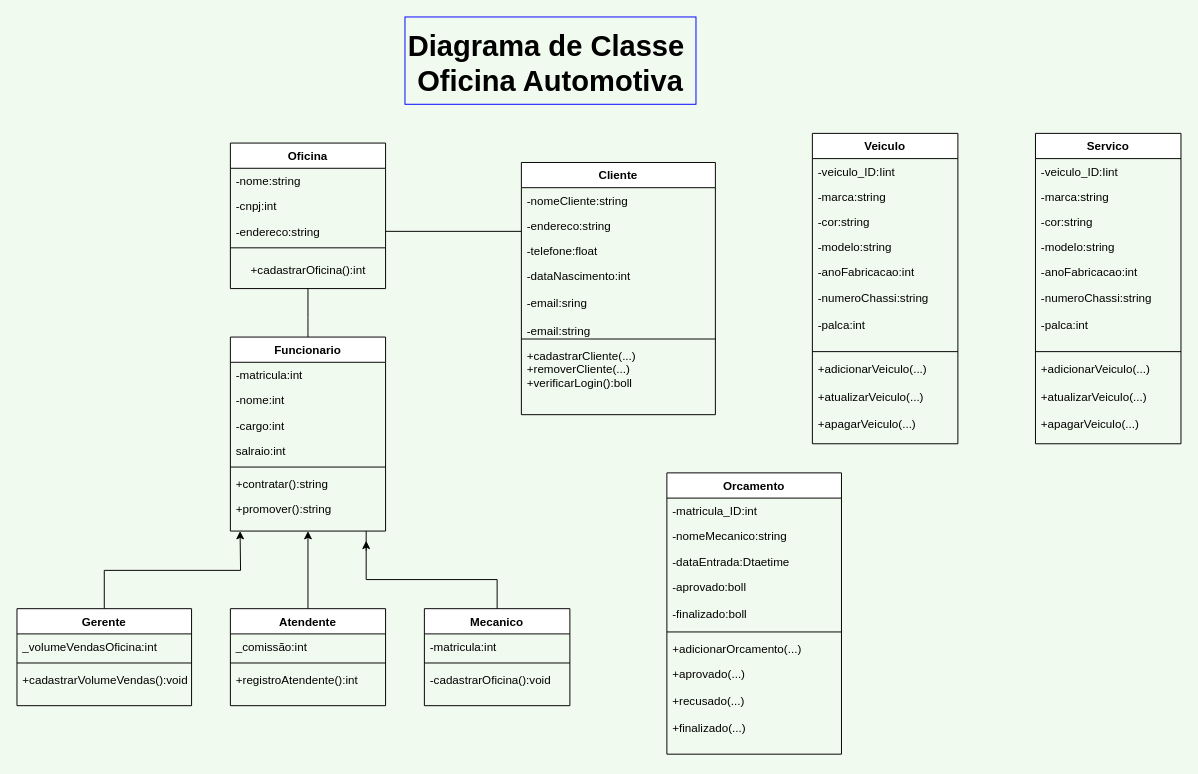
Jcblustosa/crm-auto keeps this draw.io diagram as diagrama CRM Automotivo.drawio. Above is the earlier version. Source tidied: cells renumbered, new cells numbered last; positions are measured from the earlier drawing's top-left corner, leaving out a move shared by most shapes. Both pictures are drawn from the tidied source at 97%, with x=0, y=0 at pixel (16, 16).
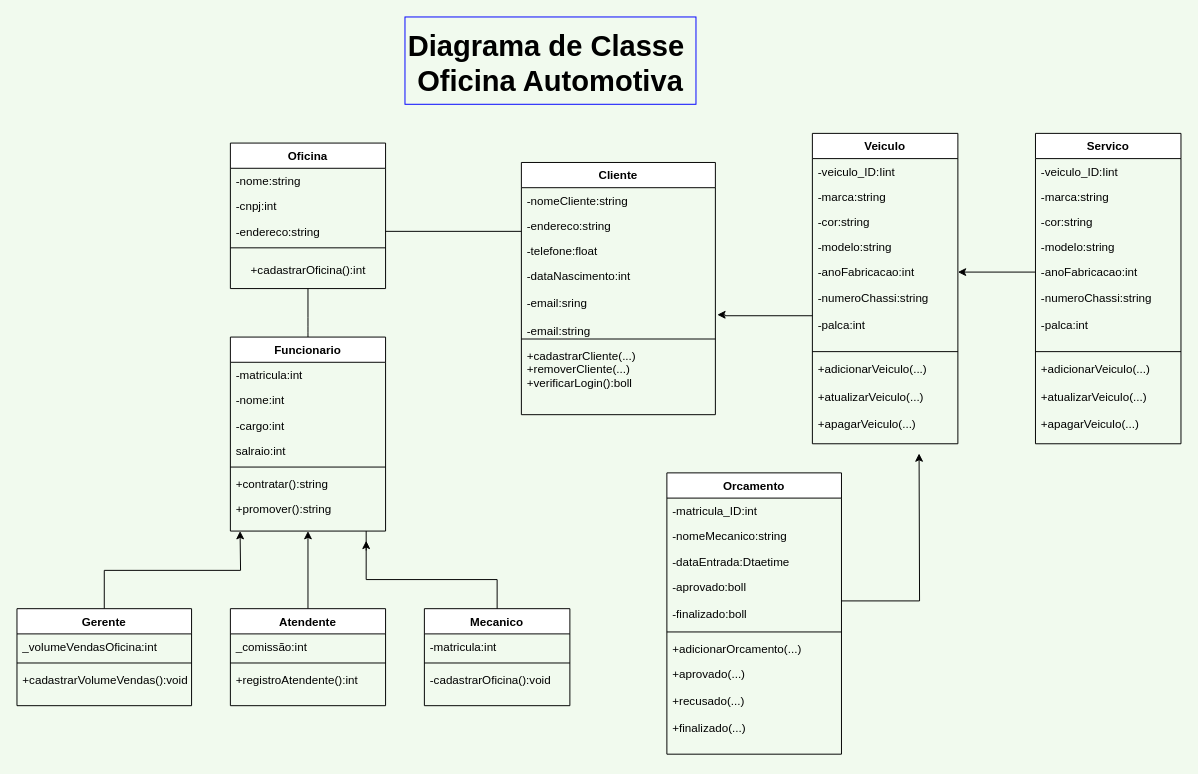
Above is the later version.

Unchanged cells that the change refers to:
```xml
<mxCell id="38" value="-dataNascimento:int&#10;&#10;-email:sring&#10;&#10;-email:string" style="text;align=left;verticalAlign=top;spacingLeft=4;spacingRight=4;overflow=hidden;points=[[0,0.5],[1,0.5]];portConstraint=eastwest;rounded=0;shadow=0;html=0;textDirection=ltr;" parent="34" vertex="1">
  <mxGeometry y="104" width="200" height="74" as="geometry" />
</mxCell>
<mxCell id="45" value="-aprovado:boll&#10;&#10;-finalizado:boll" style="text;align=left;verticalAlign=top;spacingLeft=4;spacingRight=4;overflow=hidden;points=[[0,0.5],[1,0.5]];portConstraint=eastwest;rounded=0;shadow=0;html=0;textDirection=ltr;" parent="41" vertex="1">
  <mxGeometry y="104" width="180" height="56" as="geometry" />
</mxCell>
<mxCell id="54" value="-anoFabricacao:int" style="text;align=left;verticalAlign=top;spacingLeft=4;spacingRight=4;overflow=hidden;points=[[0,0.5],[1,0.5]];portConstraint=eastwest;" parent="49" vertex="1">
  <mxGeometry y="130" width="150" height="26" as="geometry" />
</mxCell>
<mxCell id="55" value="-numeroChassi:string&#10;&#10;-palca:int" style="text;align=left;verticalAlign=top;spacingLeft=4;spacingRight=4;overflow=hidden;points=[[0,0.5],[1,0.5]];portConstraint=eastwest;" parent="49" vertex="1">
  <mxGeometry y="156" width="150" height="64" as="geometry" />
</mxCell>
<mxCell id="63" value="-anoFabricacao:int" style="text;align=left;verticalAlign=top;spacingLeft=4;spacingRight=4;overflow=hidden;points=[[0,0.5],[1,0.5]];portConstraint=eastwest;" parent="58" vertex="1">
  <mxGeometry y="130" width="150" height="26" as="geometry" />
</mxCell>
```

Diff of the diagram source:
```diff
@@
+    <mxCell id="68" style="edgeStyle=orthogonalEdgeStyle;rounded=0;jettySize=auto;html=1;entryX=1.01;entryY=0.716;entryDx=0;entryDy=0;entryPerimeter=0;" parent="1" edge="1" source="55" target="38">
+      <mxGeometry relative="1" as="geometry">
+        <Array as="points">
+          <mxPoint x="730" y="308" />
+        </Array>
+      </mxGeometry>
+    </mxCell>
+    <mxCell id="69" style="edgeStyle=orthogonalEdgeStyle;rounded=0;jettySize=auto;html=1;entryX=1;entryY=0.5;entryDx=0;entryDy=0;" parent="1" edge="1" source="63" target="54">
+      <mxGeometry relative="1" as="geometry" />
+    </mxCell>
+    <mxCell id="70" style="edgeStyle=orthogonalEdgeStyle;rounded=0;jettySize=auto;html=1;" parent="1" edge="1" source="45">
+      <mxGeometry relative="1" as="geometry">
+        <mxPoint x="930" y="450" as="targetPoint" />
+      </mxGeometry>
+    </mxCell>
```
